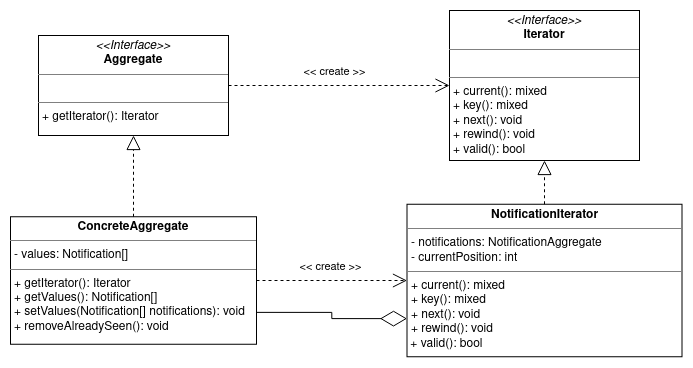
Before: assets/images/iterator-notifications.png, a diagram exported from draw.io (pjehan-teaching/design-patterns). Source tidied: cells renumbered, new cells last; positions are measured from the earlier drawing's top-left corner, leaving out a move shared by most shapes. Source of this version:
```xml
<mxGraphModel>
  <root>
    <mxCell id="0" />
    <mxCell id="1" parent="0" />
    <mxCell id="2" value="&lt;p style=&quot;margin: 0px ; margin-top: 4px ; text-align: center&quot;&gt;&lt;b&gt;NotificationIterator&lt;/b&gt;&lt;/p&gt;&lt;hr size=&quot;1&quot;&gt;&lt;p style=&quot;margin: 0px ; margin-left: 4px&quot;&gt;- notifications: NotificationAggregate&lt;/p&gt;&lt;p style=&quot;margin: 0px ; margin-left: 4px&quot;&gt;- currentPosition: int&lt;br&gt;&lt;/p&gt;&lt;hr size=&quot;1&quot;&gt;&lt;p style=&quot;margin: 0px ; margin-left: 4px&quot;&gt;+ current(): mixed&lt;br&gt;+ key(): mixed&lt;/p&gt;&lt;p style=&quot;margin: 0px ; margin-left: 4px&quot;&gt;+ next(): void&lt;/p&gt;&lt;p style=&quot;margin: 0px ; margin-left: 4px&quot;&gt;+ rewind(): void&lt;/p&gt;&lt;div&gt;&amp;nbsp;+ valid(): bool&lt;/div&gt;" style="verticalAlign=top;align=left;overflow=fill;fontSize=12;fontFamily=Helvetica;html=1;" parent="1" vertex="1">
      <mxGeometry x="396.5" y="193.8" width="275" height="152.5" as="geometry" />
    </mxCell>
    <mxCell id="3" style="endArrow=block;dashed=1;endFill=0;endSize=12;html=1;rounded=0;edgeStyle=orthogonalEdgeStyle;" parent="1" edge="1" source="2" target="12">
      <mxGeometry relative="1" as="geometry" />
    </mxCell>
    <mxCell id="4" value="&lt;p style=&quot;margin: 0px ; margin-top: 4px ; text-align: center&quot;&gt;&lt;i&gt;&amp;lt;&amp;lt;Interface&amp;gt;&amp;gt;&lt;/i&gt;&lt;br&gt;&lt;b&gt;Aggregate&lt;/b&gt;&lt;/p&gt;&lt;hr size=&quot;1&quot;&gt;&lt;br&gt;&lt;hr size=&quot;1&quot;&gt;&lt;p style=&quot;margin: 0px ; margin-left: 4px&quot;&gt;+ getIterator(): Iterator&lt;br&gt;&lt;/p&gt;" style="verticalAlign=top;align=left;overflow=fill;fontSize=12;fontFamily=Helvetica;html=1;" parent="1" vertex="1">
      <mxGeometry x="28" y="25" width="190" height="100" as="geometry" />
    </mxCell>
    <mxCell id="5" value="&lt;p style=&quot;margin: 0px ; margin-top: 4px ; text-align: center&quot;&gt;&lt;b&gt;ConcreteAggregate&lt;/b&gt;&lt;/p&gt;&lt;hr size=&quot;1&quot;&gt;&lt;p style=&quot;margin: 0px ; margin-left: 4px&quot;&gt;- values: Notification[]&lt;br&gt;&lt;/p&gt;&lt;hr size=&quot;1&quot;&gt;&lt;p style=&quot;margin: 0px ; margin-left: 4px&quot;&gt;+ getIterator(): Iterator&lt;/p&gt;&lt;p style=&quot;margin: 0px ; margin-left: 4px&quot;&gt;+ getValues(): Notification[]&lt;/p&gt;&lt;p style=&quot;margin: 0px ; margin-left: 4px&quot;&gt;+ setValues(Notification[] notifications): void&lt;/p&gt;&lt;p style=&quot;margin: 0px ; margin-left: 4px&quot;&gt;+ removeAlreadySeen(): void&lt;br&gt;&lt;/p&gt;" style="verticalAlign=top;align=left;overflow=fill;fontSize=12;fontFamily=Helvetica;html=1;" parent="1" vertex="1">
      <mxGeometry y="206.2" width="246" height="127.5" as="geometry" />
    </mxCell>
    <mxCell id="6" style="endArrow=block;dashed=1;endFill=0;endSize=12;html=1;rounded=0;edgeStyle=orthogonalEdgeStyle;" parent="1" edge="1" source="5" target="4">
      <mxGeometry relative="1" as="geometry" />
    </mxCell>
    <mxCell id="7" style="endArrow=open;endFill=1;endSize=12;html=1;rounded=0;edgeStyle=orthogonalEdgeStyle;dashed=1;" parent="1" edge="1" source="4" target="12">
      <mxGeometry relative="1" as="geometry" />
    </mxCell>
    <mxCell id="8" value="&amp;lt;&amp;lt; create &amp;gt;&amp;gt;" style="edgeLabel;html=1;align=center;verticalAlign=middle;" parent="7" vertex="1">
      <mxGeometry x="-0.1" y="3" relative="1" as="geometry">
        <mxPoint x="5" y="-12" as="offset" />
      </mxGeometry>
    </mxCell>
    <mxCell id="9" style="endArrow=open;endFill=1;endSize=12;html=1;rounded=0;edgeStyle=orthogonalEdgeStyle;dashed=1;" parent="1" edge="1" source="5" target="2">
      <mxGeometry relative="1" as="geometry" />
    </mxCell>
    <mxCell id="10" value="&amp;lt;&amp;lt; create &amp;gt;&amp;gt;" style="edgeLabel;html=1;align=center;verticalAlign=middle;" parent="9" vertex="1">
      <mxGeometry x="-0.1" y="3" relative="1" as="geometry">
        <mxPoint x="5" y="-12" as="offset" />
      </mxGeometry>
    </mxCell>
    <mxCell id="11" style="endArrow=diamondThin;endFill=0;endSize=24;html=1;rounded=0;edgeStyle=orthogonalEdgeStyle;exitX=1;exitY=0.75;exitDx=0;exitDy=0;entryX=0;entryY=0.75;entryDx=0;entryDy=0;" parent="1" edge="1" source="5" target="2">
      <mxGeometry relative="1" as="geometry" />
    </mxCell>
    <mxCell id="12" value="&lt;p style=&quot;margin: 0px ; margin-top: 4px ; text-align: center&quot;&gt;&lt;i&gt;&amp;lt;&amp;lt;Interface&amp;gt;&amp;gt;&lt;/i&gt;&lt;br&gt;&lt;b&gt;Iterator&lt;/b&gt;&lt;/p&gt;&lt;hr size=&quot;1&quot;&gt;&lt;br&gt;&lt;hr size=&quot;1&quot;&gt;&lt;p style=&quot;margin: 0px ; margin-left: 4px&quot;&gt;+ current(): mixed&lt;br&gt;+ key(): mixed&lt;/p&gt;&lt;p style=&quot;margin: 0px ; margin-left: 4px&quot;&gt;+ next(): void&lt;/p&gt;&lt;p style=&quot;margin: 0px ; margin-left: 4px&quot;&gt;+ rewind(): void&lt;/p&gt;&lt;p style=&quot;margin: 0px ; margin-left: 4px&quot;&gt;+ valid(): bool&lt;br&gt;&lt;/p&gt;" style="verticalAlign=top;align=left;overflow=fill;fontSize=12;fontFamily=Helvetica;html=1;" parent="1" vertex="1">
      <mxGeometry x="439" width="190" height="150" as="geometry" />
    </mxCell>
  </root>
</mxGraphModel>
```
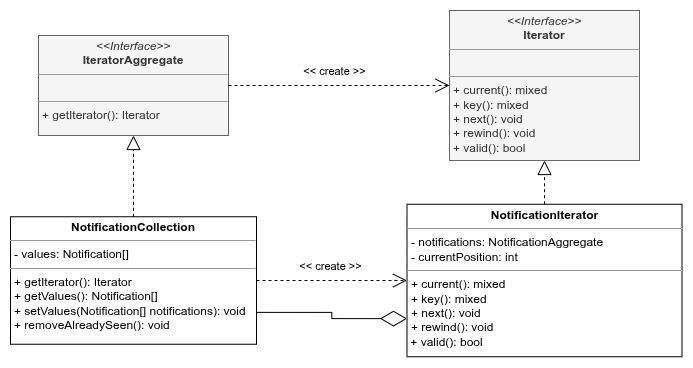
Later version of the same file.

Commit message:
Fix Iterator Notification diagram

Change to the diagram source:
```diff
@@ -8,10 +8,10 @@
     <mxCell id="3" style="endArrow=block;dashed=1;endFill=0;endSize=12;html=1;rounded=0;edgeStyle=orthogonalEdgeStyle;" parent="1" edge="1" source="2" target="12">
       <mxGeometry relative="1" as="geometry" />
     </mxCell>
-    <mxCell id="4" value="&lt;p style=&quot;margin: 0px ; margin-top: 4px ; text-align: center&quot;&gt;&lt;i&gt;&amp;lt;&amp;lt;Interface&amp;gt;&amp;gt;&lt;/i&gt;&lt;br&gt;&lt;b&gt;Aggregate&lt;/b&gt;&lt;/p&gt;&lt;hr size=&quot;1&quot;&gt;&lt;br&gt;&lt;hr size=&quot;1&quot;&gt;&lt;p style=&quot;margin: 0px ; margin-left: 4px&quot;&gt;+ getIterator(): Iterator&lt;br&gt;&lt;/p&gt;" style="verticalAlign=top;align=left;overflow=fill;fontSize=12;fontFamily=Helvetica;html=1;" parent="1" vertex="1">
+    <mxCell id="4" value="&lt;p style=&quot;margin: 0px ; margin-top: 4px ; text-align: center&quot;&gt;&lt;i&gt;&amp;lt;&amp;lt;Interface&amp;gt;&amp;gt;&lt;/i&gt;&lt;br&gt;&lt;b&gt;IteratorAggregate&lt;/b&gt;&lt;/p&gt;&lt;hr size=&quot;1&quot;&gt;&lt;br&gt;&lt;hr size=&quot;1&quot;&gt;&lt;p style=&quot;margin: 0px ; margin-left: 4px&quot;&gt;+ getIterator(): Iterator&lt;br&gt;&lt;/p&gt;" style="verticalAlign=top;align=left;overflow=fill;fontSize=12;fontFamily=Helvetica;html=1;fillColor=#f5f5f5;fontColor=#333333;strokeColor=#666666;" parent="1" vertex="1">
       <mxGeometry x="28" y="25" width="190" height="100" as="geometry" />
     </mxCell>
-    <mxCell id="5" value="&lt;p style=&quot;margin: 0px ; margin-top: 4px ; text-align: center&quot;&gt;&lt;b&gt;ConcreteAggregate&lt;/b&gt;&lt;/p&gt;&lt;hr size=&quot;1&quot;&gt;&lt;p style=&quot;margin: 0px ; margin-left: 4px&quot;&gt;- values: Notification[]&lt;br&gt;&lt;/p&gt;&lt;hr size=&quot;1&quot;&gt;&lt;p style=&quot;margin: 0px ; margin-left: 4px&quot;&gt;+ getIterator(): Iterator&lt;/p&gt;&lt;p style=&quot;margin: 0px ; margin-left: 4px&quot;&gt;+ getValues(): Notification[]&lt;/p&gt;&lt;p style=&quot;margin: 0px ; margin-left: 4px&quot;&gt;+ setValues(Notification[] notifications): void&lt;/p&gt;&lt;p style=&quot;margin: 0px ; margin-left: 4px&quot;&gt;+ removeAlreadySeen(): void&lt;br&gt;&lt;/p&gt;" style="verticalAlign=top;align=left;overflow=fill;fontSize=12;fontFamily=Helvetica;html=1;" parent="1" vertex="1">
+    <mxCell id="5" value="&lt;p style=&quot;margin: 0px ; margin-top: 4px ; text-align: center&quot;&gt;&lt;b&gt;NotificationCollection&lt;/b&gt;&lt;/p&gt;&lt;hr size=&quot;1&quot;&gt;&lt;p style=&quot;margin: 0px ; margin-left: 4px&quot;&gt;- values: Notification[]&lt;br&gt;&lt;/p&gt;&lt;hr size=&quot;1&quot;&gt;&lt;p style=&quot;margin: 0px ; margin-left: 4px&quot;&gt;+ getIterator(): Iterator&lt;/p&gt;&lt;p style=&quot;margin: 0px ; margin-left: 4px&quot;&gt;+ getValues(): Notification[]&lt;/p&gt;&lt;p style=&quot;margin: 0px ; margin-left: 4px&quot;&gt;+ setValues(Notification[] notifications): void&lt;/p&gt;&lt;p style=&quot;margin: 0px ; margin-left: 4px&quot;&gt;+ removeAlreadySeen(): void&lt;br&gt;&lt;/p&gt;" style="verticalAlign=top;align=left;overflow=fill;fontSize=12;fontFamily=Helvetica;html=1;" parent="1" vertex="1">
       <mxGeometry y="206.2" width="246" height="127.5" as="geometry" />
     </mxCell>
     <mxCell id="6" style="endArrow=block;dashed=1;endFill=0;endSize=12;html=1;rounded=0;edgeStyle=orthogonalEdgeStyle;" parent="1" edge="1" source="5" target="4">
@@ -36,7 +36,7 @@
     <mxCell id="11" style="endArrow=diamondThin;endFill=0;endSize=24;html=1;rounded=0;edgeStyle=orthogonalEdgeStyle;exitX=1;exitY=0.75;exitDx=0;exitDy=0;entryX=0;entryY=0.75;entryDx=0;entryDy=0;" parent="1" edge="1" source="5" target="2">
       <mxGeometry relative="1" as="geometry" />
     </mxCell>
-    <mxCell id="12" value="&lt;p style=&quot;margin: 0px ; margin-top: 4px ; text-align: center&quot;&gt;&lt;i&gt;&amp;lt;&amp;lt;Interface&amp;gt;&amp;gt;&lt;/i&gt;&lt;br&gt;&lt;b&gt;Iterator&lt;/b&gt;&lt;/p&gt;&lt;hr size=&quot;1&quot;&gt;&lt;br&gt;&lt;hr size=&quot;1&quot;&gt;&lt;p style=&quot;margin: 0px ; margin-left: 4px&quot;&gt;+ current(): mixed&lt;br&gt;+ key(): mixed&lt;/p&gt;&lt;p style=&quot;margin: 0px ; margin-left: 4px&quot;&gt;+ next(): void&lt;/p&gt;&lt;p style=&quot;margin: 0px ; margin-left: 4px&quot;&gt;+ rewind(): void&lt;/p&gt;&lt;p style=&quot;margin: 0px ; margin-left: 4px&quot;&gt;+ valid(): bool&lt;br&gt;&lt;/p&gt;" style="verticalAlign=top;align=left;overflow=fill;fontSize=12;fontFamily=Helvetica;html=1;" parent="1" vertex="1">
+    <mxCell id="12" value="&lt;p style=&quot;margin: 0px ; margin-top: 4px ; text-align: center&quot;&gt;&lt;i&gt;&amp;lt;&amp;lt;Interface&amp;gt;&amp;gt;&lt;/i&gt;&lt;br&gt;&lt;b&gt;Iterator&lt;/b&gt;&lt;/p&gt;&lt;hr size=&quot;1&quot;&gt;&lt;br&gt;&lt;hr size=&quot;1&quot;&gt;&lt;p style=&quot;margin: 0px ; margin-left: 4px&quot;&gt;+ current(): mixed&lt;br&gt;+ key(): mixed&lt;/p&gt;&lt;p style=&quot;margin: 0px ; margin-left: 4px&quot;&gt;+ next(): void&lt;/p&gt;&lt;p style=&quot;margin: 0px ; margin-left: 4px&quot;&gt;+ rewind(): void&lt;/p&gt;&lt;p style=&quot;margin: 0px ; margin-left: 4px&quot;&gt;+ valid(): bool&lt;br&gt;&lt;/p&gt;" style="verticalAlign=top;align=left;overflow=fill;fontSize=12;fontFamily=Helvetica;html=1;fillColor=#f5f5f5;fontColor=#333333;strokeColor=#666666;" parent="1" vertex="1">
       <mxGeometry x="439" width="190" height="150" as="geometry" />
     </mxCell>
   </root>
```
